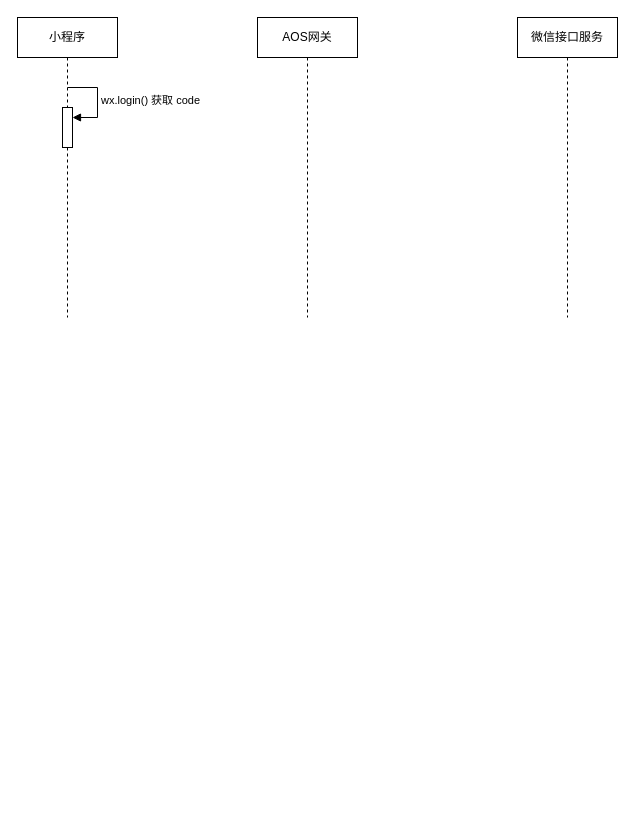
Before: 微信小程序登录.drawio in XiongZen/QJReconstitution, a draw.io diagram. Source tidied: cells renumbered, new cells numbered last; positions are measured from the earlier drawing's top-left corner, leaving out a move shared by most shapes. Both pictures are drawn from the tidied source at 100%, with x=0, y=0 at pixel (17, 17).
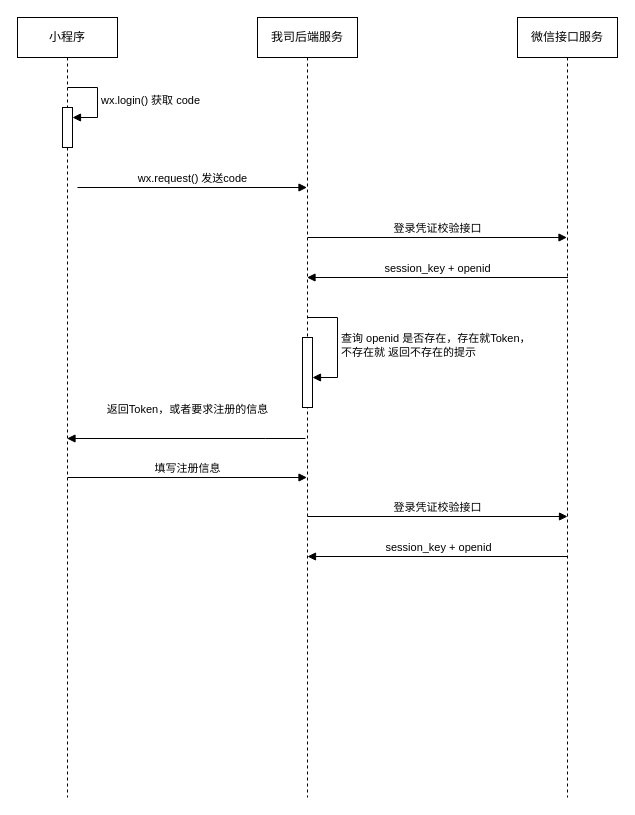
The same page after the edit.

Commit message (it also covers changes not shown here):
Update 微信小程序登录.drawio

Change to the diagram source:
```diff
@@
     <mxCell id="2" value="小程序" style="shape=umlLifeline;perimeter=lifelinePerimeter;whiteSpace=wrap;html=1;outlineConnect=0;portConstraint=eastwest;newEdgeStyle={&quot;curved&quot;:0,&quot;rounded&quot;:0};" parent="1" vertex="1">
-      <mxGeometry width="100" height="300" as="geometry" />
+      <mxGeometry width="100" height="780" as="geometry" />
     </mxCell>
@@
-    <mxCell id="5" value="AOS网关" style="shape=umlLifeline;perimeter=lifelinePerimeter;whiteSpace=wrap;html=1;outlineConnect=0;portConstraint=eastwest;newEdgeStyle={&quot;curved&quot;:0,&quot;rounded&quot;:0};" parent="1" vertex="1">
-      <mxGeometry x="240" width="100" height="300" as="geometry" />
+    <mxCell id="5" value="我司后端服务" style="shape=umlLifeline;perimeter=lifelinePerimeter;whiteSpace=wrap;html=1;outlineConnect=0;portConstraint=eastwest;newEdgeStyle={&quot;curved&quot;:0,&quot;rounded&quot;:0};" parent="1" vertex="1">
+      <mxGeometry x="240" width="100" height="780" as="geometry" />
     </mxCell>
+    <mxCell id="7" style="html=1;points=[[0,0,0,0,5],[0,1,0,0,-5],[1,0,0,0,5],[1,1,0,0,-5]];perimeter=orthogonalPerimeter;outlineConnect=0;targetShapes=umlLifeline;portConstraint=eastwest;newEdgeStyle={&quot;curved&quot;:0,&quot;rounded&quot;:0};" parent="5" vertex="1">
+      <mxGeometry x="45" y="320" width="10" height="70" as="geometry" />
+    </mxCell>
+    <mxCell id="8" value="查询 openid 是否存在，存在就Token，&lt;br&gt;不存在就 返回不存在的提示" style="html=1;align=left;spacingLeft=2;endArrow=block;rounded=0;edgeStyle=orthogonalEdgeStyle;curved=0;rounded=0;" parent="5" edge="1" target="7">
+      <mxGeometry relative="1" as="geometry">
+        <mxPoint x="50" y="300" as="sourcePoint" />
+        <Array as="points">
+          <mxPoint x="80" y="300" />
+          <mxPoint x="80" y="360" />
+        </Array>
+      </mxGeometry>
+    </mxCell>
     <mxCell id="6" value="微信接口服务" style="shape=umlLifeline;perimeter=lifelinePerimeter;whiteSpace=wrap;html=1;outlineConnect=0;portConstraint=eastwest;newEdgeStyle={&quot;curved&quot;:0,&quot;rounded&quot;:0};" parent="1" vertex="1">
-      <mxGeometry x="500" width="100" height="300" as="geometry" />
+      <mxGeometry x="500" width="100" height="780" as="geometry" />
     </mxCell>
+    <mxCell id="9" value="wx.request() 发送code" style="html=1;verticalAlign=bottom;endArrow=block;curved=0;rounded=0;" parent="1" edge="1" target="5">
+      <mxGeometry relative="1" as="geometry">
+        <mxPoint x="60" y="170" as="sourcePoint" />
+      </mxGeometry>
+    </mxCell>
+    <mxCell id="10" value="登录凭证校验接口" style="html=1;verticalAlign=bottom;endArrow=block;curved=0;rounded=0;" parent="1" edge="1" target="6">
+      <mxGeometry relative="1" as="geometry">
+        <mxPoint x="290" y="220" as="sourcePoint" />
+      </mxGeometry>
+    </mxCell>
+    <mxCell id="11" value="session_key + openid" style="html=1;verticalAlign=bottom;endArrow=block;curved=0;rounded=0;" parent="1" edge="1" target="5">
+      <mxGeometry relative="1" as="geometry">
+        <mxPoint x="550.5" y="260" as="sourcePoint" />
+      </mxGeometry>
+    </mxCell>
+    <mxCell id="12" value="返回Token，或者要求注册的信息" style="html=1;verticalAlign=bottom;endArrow=block;curved=0;rounded=0;" parent="1" edge="1" target="2">
+      <mxGeometry x="-0.01" y="-20" relative="1" as="geometry">
+        <mxPoint x="288" y="421" as="sourcePoint" />
+        <Array as="points">
+          <mxPoint x="248" y="421" />
+        </Array>
+      </mxGeometry>
+    </mxCell>
+    <mxCell id="13" value="填写注册信息" style="html=1;verticalAlign=bottom;endArrow=block;curved=0;rounded=0;" parent="1" edge="1" target="5">
+      <mxGeometry relative="1" as="geometry">
+        <mxPoint x="50" y="460" as="sourcePoint" />
+      </mxGeometry>
+    </mxCell>
+    <mxCell id="14" value="登录凭证校验接口" style="html=1;verticalAlign=bottom;endArrow=block;curved=0;rounded=0;" parent="1" edge="1">
+      <mxGeometry relative="1" as="geometry">
+        <mxPoint x="290" y="499" as="sourcePoint" />
+        <mxPoint x="550" y="499" as="targetPoint" />
+      </mxGeometry>
+    </mxCell>
+    <mxCell id="15" value="session_key + openid" style="html=1;verticalAlign=bottom;endArrow=block;curved=0;rounded=0;" parent="1" edge="1">
+      <mxGeometry relative="1" as="geometry">
+        <mxPoint x="550.5" y="539" as="sourcePoint" />
+        <mxPoint x="290" y="539" as="targetPoint" />
+      </mxGeometry>
+    </mxCell>
```
